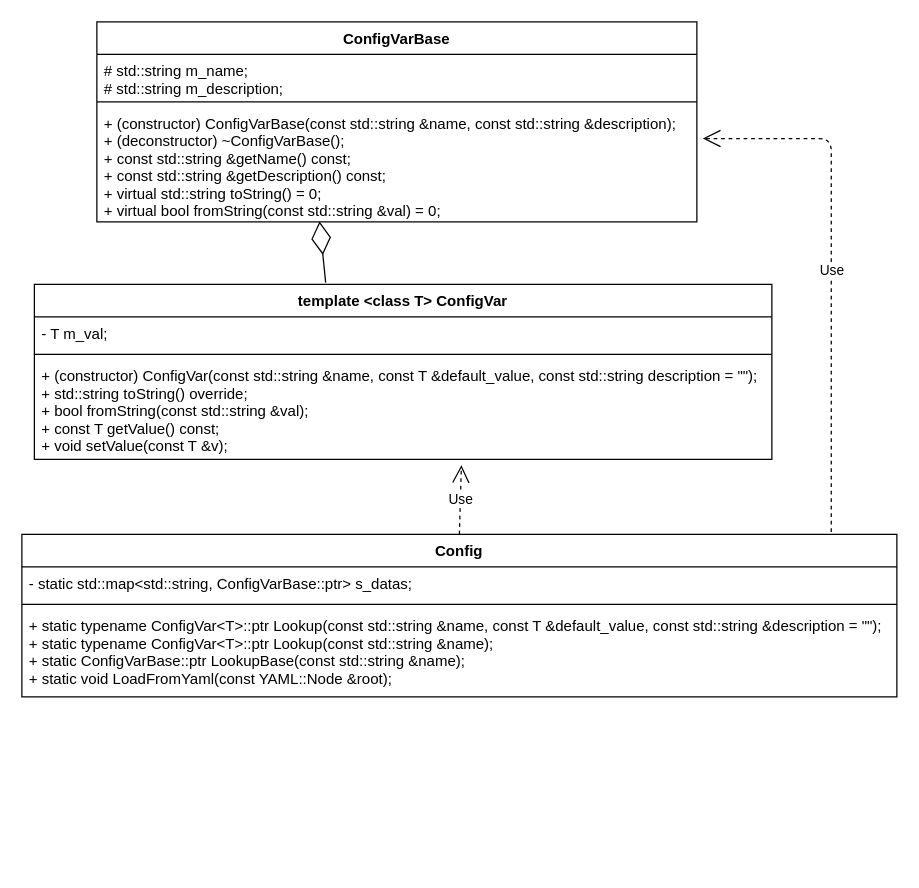
Above: class/config.drawio in Chen-Carl/zcserver-log4j-cpp-version (draw.io), before the change. Source tidied: cells renumbered, new cells numbered last; positions are measured from the earlier drawing's top-left corner, leaving out a move shared by most shapes. Both pictures are drawn from the tidied source at 125%, with x=0, y=0 at pixel (21, 21).
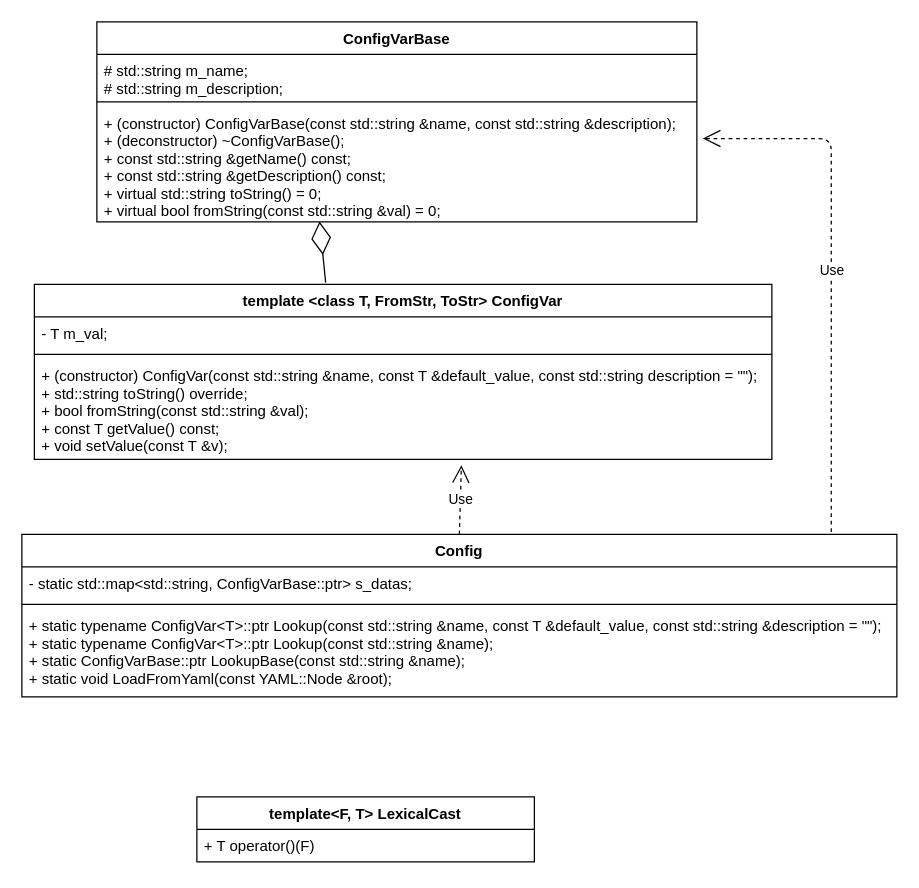
The same page after the edit.

Commit message (it also covers changes not shown here):
v2.0 实现了单线程的基于YAML实现实现配置的日志系统

The edit, as a diff of the source:
```diff
@@
 <mxGraphModel>
   <root>
     <mxCell id="0" />
     <mxCell id="1" parent="0" />
     <mxCell id="2" value="ConfigVarBase" style="swimlane;fontStyle=1;align=center;verticalAlign=top;horizontal=1;startSize=26;" parent="1" vertex="1">
       <mxGeometry x="60" width="480" height="160" as="geometry" />
     </mxCell>
     <mxCell id="3" value="# std::string m_name;&#10;# std::string m_description;" style="text;strokeColor=none;fillColor=none;align=left;verticalAlign=top;spacingLeft=4;spacingRight=4;overflow=hidden;" parent="2" vertex="1">
       <mxGeometry y="26" width="480" height="34" as="geometry" />
     </mxCell>
     <mxCell id="4" style="line;strokeWidth=1;fillColor=none;align=left;verticalAlign=middle;spacingTop=-1;spacingLeft=3;spacingRight=3;labelPosition=right;" parent="2" vertex="1">
       <mxGeometry y="60" width="480" height="8" as="geometry" />
     </mxCell>
     <mxCell id="5" value="+ (constructor) ConfigVarBase(const std::string &amp;name, const std::string &amp;description);&#10;+ (deconstructor) ~ConfigVarBase();&#10;+ const std::string &amp;getName() const;&#10;+ const std::string &amp;getDescription() const;&#10;+ virtual std::string toString() = 0;&#10;+ virtual bool fromString(const std::string &amp;val) = 0;" style="text;strokeColor=none;fillColor=none;align=left;verticalAlign=top;spacingLeft=4;spacingRight=4;overflow=hidden;points=[[0,0.5],[1,0.5]];portConstraint=eastwest;" parent="2" vertex="1">
       <mxGeometry y="68" width="480" height="92" as="geometry" />
     </mxCell>
-    <mxCell id="6" value="template &lt;class T&gt; ConfigVar" style="swimlane;fontStyle=1;align=center;verticalAlign=top;horizontal=1;startSize=26;" parent="1" vertex="1">
+    <mxCell id="6" value="template &lt;class T, FromStr, ToStr&gt; ConfigVar" style="swimlane;fontStyle=1;align=center;verticalAlign=top;horizontal=1;startSize=26;" parent="1" vertex="1">
       <mxGeometry x="10" y="210" width="590" height="140" as="geometry" />
     </mxCell>
     <mxCell id="7" value="- T m_val;" style="text;strokeColor=none;fillColor=none;align=left;verticalAlign=top;spacingLeft=4;spacingRight=4;overflow=hidden;" parent="6" vertex="1">
       <mxGeometry y="26" width="590" height="26" as="geometry" />
     </mxCell>
     <mxCell id="8" style="line;strokeWidth=1;fillColor=none;align=left;verticalAlign=middle;spacingTop=-1;spacingLeft=3;spacingRight=3;labelPosition=right;" parent="6" vertex="1">
       <mxGeometry y="52" width="590" height="8" as="geometry" />
     </mxCell>
     <mxCell id="9" value="+ (constructor) ConfigVar(const std::string &amp;name, const T &amp;default_value, const std::string description = &quot;&quot;);&#10;+ std::string toString() override;&#10;+ bool fromString(const std::string &amp;val);&#10;+ const T getValue() const;&#10;+ void setValue(const T &amp;v);" style="text;strokeColor=none;fillColor=none;align=left;verticalAlign=top;spacingLeft=4;spacingRight=4;overflow=hidden;points=[[0,0.5],[1,0.5]];portConstraint=eastwest;" parent="6" vertex="1">
       <mxGeometry y="60" width="590" height="80" as="geometry" />
     </mxCell>
     <mxCell id="10" style="endArrow=diamondThin;endFill=0;endSize=24;html=1;exitX=0.395;exitY=-0.01;exitDx=0;exitDy=0;exitPerimeter=0;entryX=0.371;entryY=0.996;entryDx=0;entryDy=0;entryPerimeter=0;" parent="1" edge="1" source="6" target="5">
       <mxGeometry relative="1" as="geometry" />
     </mxCell>
     <mxCell id="11" value="Config" style="swimlane;fontStyle=1;align=center;verticalAlign=top;horizontal=1;startSize=26;" parent="1" vertex="1">
       <mxGeometry y="410" width="700" height="130" as="geometry" />
     </mxCell>
     <mxCell id="12" value="- static std::map&lt;std::string, ConfigVarBase::ptr&gt; s_datas;" style="text;strokeColor=none;fillColor=none;align=left;verticalAlign=top;spacingLeft=4;spacingRight=4;overflow=hidden;" parent="11" vertex="1">
       <mxGeometry y="26" width="700" height="26" as="geometry" />
     </mxCell>
     <mxCell id="13" style="line;strokeWidth=1;fillColor=none;align=left;verticalAlign=middle;spacingTop=-1;spacingLeft=3;spacingRight=3;labelPosition=right;" parent="11" vertex="1">
       <mxGeometry y="52" width="700" height="8" as="geometry" />
     </mxCell>
     <mxCell id="14" value="+ static typename ConfigVar&lt;T&gt;::ptr Lookup(const std::string &amp;name, const T &amp;default_value, const std::string &amp;description = &quot;&quot;);&#10;+ static typename ConfigVar&lt;T&gt;::ptr Lookup(const std::string &amp;name);&#10;+ static ConfigVarBase::ptr LookupBase(const std::string &amp;name);&#10;+ static void LoadFromYaml(const YAML::Node &amp;root);&#10;" style="text;strokeColor=none;fillColor=none;align=left;verticalAlign=top;spacingLeft=4;spacingRight=4;overflow=hidden;" parent="11" vertex="1">
       <mxGeometry y="60" width="700" height="70" as="geometry" />
     </mxCell>
     <mxCell id="15" value="Use" style="endArrow=open;endSize=12;dashed=1;html=1;entryX=0.579;entryY=1.058;entryDx=0;entryDy=0;entryPerimeter=0;exitX=0.5;exitY=0;exitDx=0;exitDy=0;" parent="1" edge="1" source="11" target="9">
       <mxGeometry relative="1" as="geometry" />
     </mxCell>
     <mxCell id="16" value="Use" style="endArrow=open;endSize=12;dashed=1;html=1;exitX=0.925;exitY=-0.015;exitDx=0;exitDy=0;exitPerimeter=0;entryX=1.01;entryY=0.275;entryDx=0;entryDy=0;entryPerimeter=0;edgeStyle=orthogonalEdgeStyle;" parent="1" edge="1" source="11" target="5">
       <mxGeometry relative="1" as="geometry" />
     </mxCell>
+    <mxCell id="17" value="template&lt;F, T&gt; LexicalCast" style="swimlane;fontStyle=1;align=center;verticalAlign=top;horizontal=1;startSize=26;" parent="1" vertex="1">
+      <mxGeometry x="140" y="620" width="270" height="52" as="geometry" />
+    </mxCell>
+    <mxCell id="18" value="+ T operator()(F)" style="text;strokeColor=none;fillColor=none;align=left;verticalAlign=top;spacingLeft=4;spacingRight=4;overflow=hidden;" parent="17" vertex="1">
+      <mxGeometry y="26" width="270" height="26" as="geometry" />
+    </mxCell>
   </root>
 </mxGraphModel>
```
